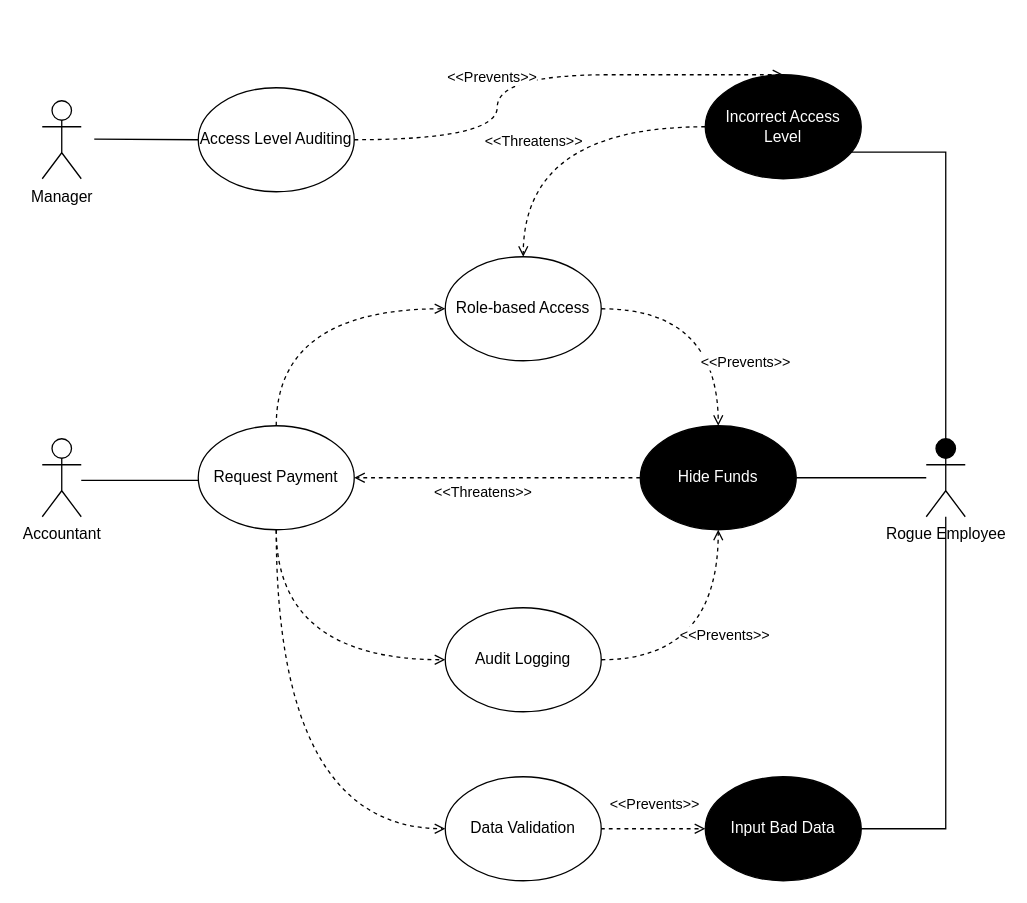
The draw.io diagram Use-Misuses Case Diagrams/Use-Misuse Case Billing.drawio in Deeds101/CYBR8420-project, before the edit. Source tidied: cells renumbered, new cells numbered last; positions are measured from the earlier drawing's top-left corner, leaving out a move shared by most shapes. Both pictures are drawn from the tidied source at 130%, with x=0, y=0 at pixel (42, 74).
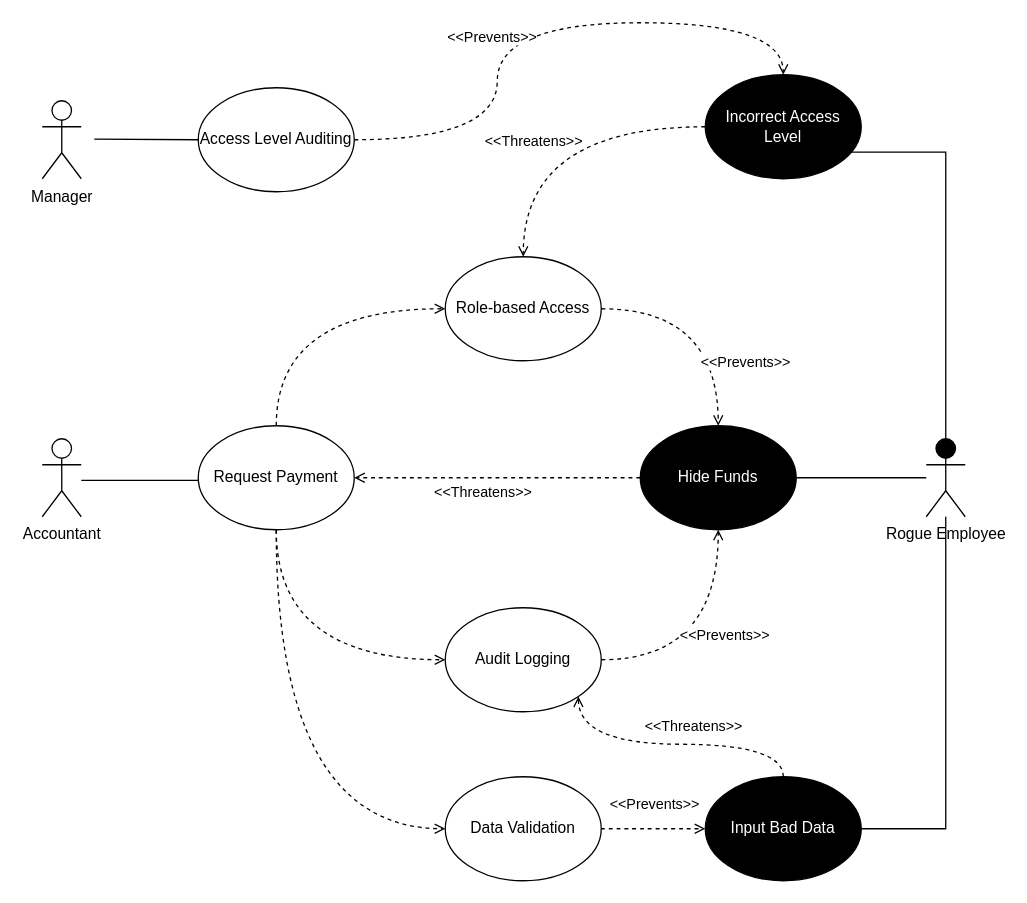
The same diagram, later.

The change refers to these unchanged cells:
```xml
<mxCell id="6" value="Audit Logging" style="ellipse;whiteSpace=wrap;html=1;fillColor=#FFFFFF;" parent="1" vertex="1">
  <mxGeometry x="310" y="410" width="120" height="80" as="geometry" />
</mxCell>
<mxCell id="16" value="Incorrect Access Level" style="ellipse;whiteSpace=wrap;html=1;fillColor=#000000;fontColor=#FFFFFF;" parent="1" vertex="1">
  <mxGeometry x="510" width="120" height="80" as="geometry" />
</mxCell>
<mxCell id="21" value="Access Level Auditing" style="ellipse;whiteSpace=wrap;html=1;fillColor=#FFFFFF;" parent="1" vertex="1">
  <mxGeometry x="120" y="10" width="120" height="80" as="geometry" />
</mxCell>
<mxCell id="27" value="Input Bad Data" style="ellipse;whiteSpace=wrap;html=1;fillColor=#000000;fontColor=#FFFFFF;" parent="1" vertex="1">
  <mxGeometry x="510" y="540" width="120" height="80" as="geometry" />
</mxCell>
```

Diff of the diagram source:
```diff
@@
-    <mxCell id="23" style="edgeStyle=orthogonalEdgeStyle;curved=1;rounded=0;jettySize=auto;html=1;dashed=1;endArrow=open;endFill=0;strokeWidth=1;exitX=1;exitY=0.5;exitDx=0;exitDy=0;entryX=0.5;entryY=0;entryDx=0;entryDy=0;" parent="1" edge="1" source="21" target="16">
+    <mxCell id="23" style="edgeStyle=orthogonalEdgeStyle;curved=1;rounded=0;jettySize=auto;html=1;dashed=1;endArrow=open;endFill=0;strokeWidth=1;exitX=1;exitY=0.5;exitDx=0;exitDy=0;" parent="1" edge="1" source="21">
       <mxGeometry relative="1" as="geometry">
+        <mxPoint x="570" as="targetPoint" />
         <Array as="points">
           <mxPoint x="350" y="50" />
-          <mxPoint x="350" />
-          <mxPoint x="520" />
+          <mxPoint x="350" y="-40" />
+          <mxPoint x="570" y="-40" />
         </Array>
       </mxGeometry>
     </mxCell>
@@
+    <mxCell id="33" style="edgeStyle=orthogonalEdgeStyle;curved=1;rounded=0;jettySize=auto;html=1;dashed=1;endArrow=open;endFill=0;strokeWidth=1;exitX=0.5;exitY=0;exitDx=0;exitDy=0;entryX=1;entryY=1;entryDx=0;entryDy=0;" parent="1" edge="1" source="27" target="6">
+      <mxGeometry relative="1" as="geometry" />
+    </mxCell>
+    <mxCell id="34" value="&amp;lt;&amp;lt;Threatens&amp;gt;&amp;gt;" style="edgeLabel;html=1;align=center;verticalAlign=middle;" parent="33" vertex="1">
+      <mxGeometry x="0.11" y="1" relative="1" as="geometry">
+        <mxPoint x="27" y="-16" as="offset" />
+      </mxGeometry>
+    </mxCell>
```
